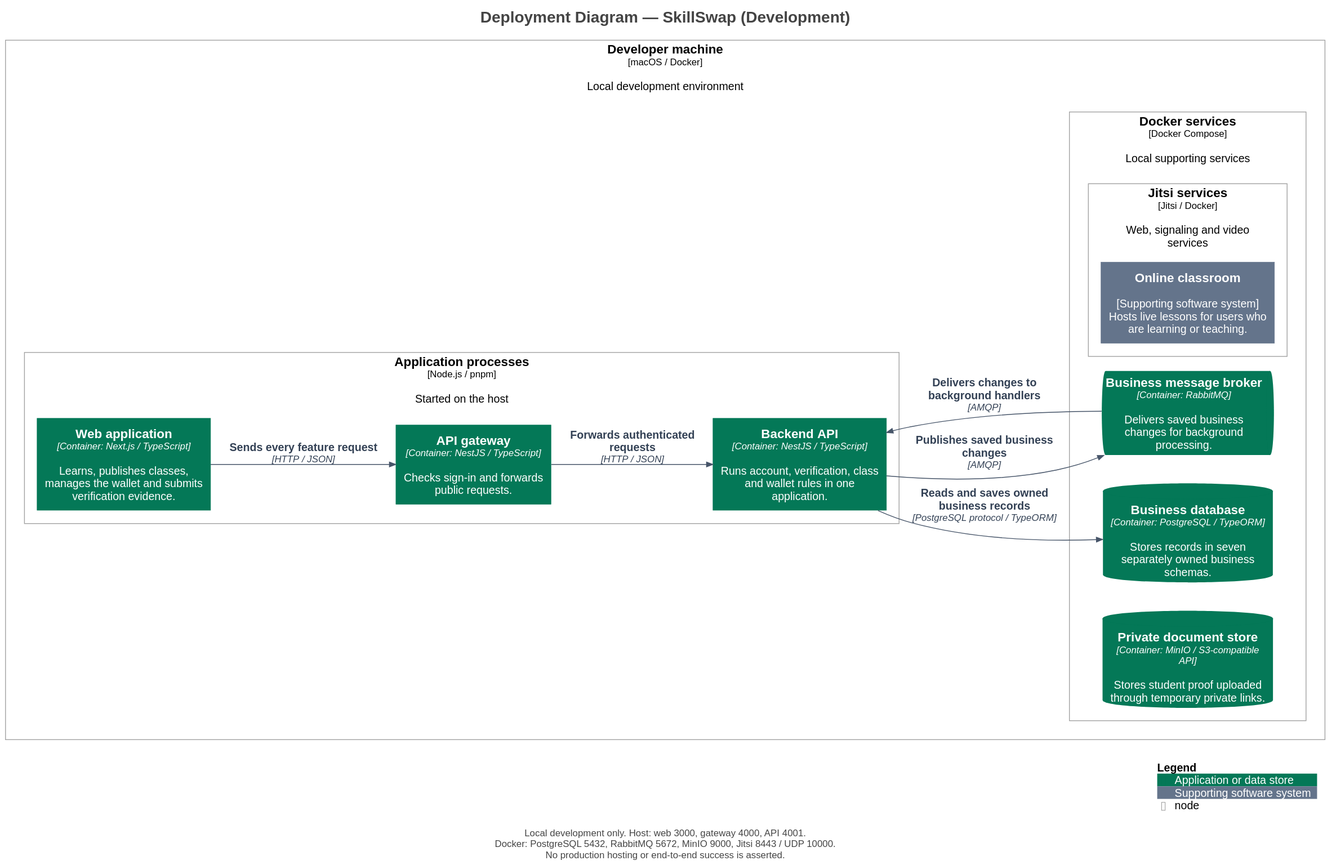
This is docs/diagrams/c4/generated/structurizr-Deployment.svg from trankien022/SkillSwap, a PlantUML export, as it was before one commit.
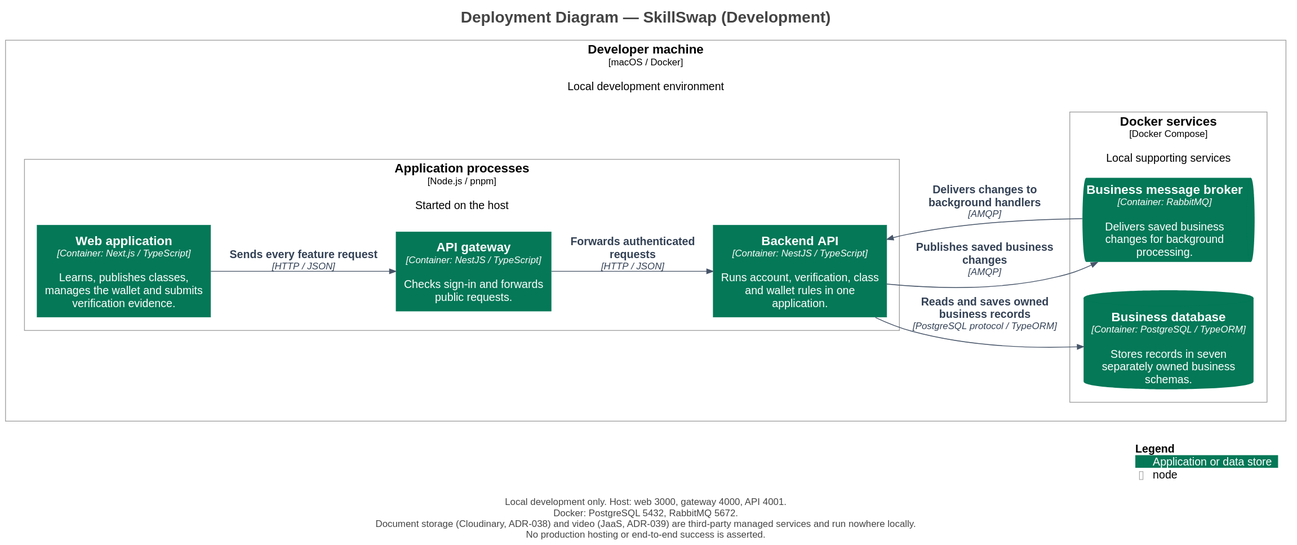
After the commit.

Diff of the diagram source:
```diff
@@ -39,11 +39,6 @@
   Deployment_Node(Development.Developermachine.Dockerservices, "Docker services", $type="Docker Compose", $descr="Local supporting services", $tags="", $link="") {
     ContainerDb(Development.Developermachine.Dockerservices.Businessdatabase_1, "Business database", $techn="Container: PostgreSQL / TypeORM", $descr="Stores records in seven separately owned business schemas.", $tags="", $link="")
     ContainerQueue(Development.Developermachine.Dockerservices.Businessmessagebroker_1, "Business message broker", $techn="Container: RabbitMQ", $descr="Delivers saved business changes for background processing.", $tags="", $link="")
-    ContainerDb(Development.Developermachine.Dockerservices.Privatedocumentstore_1, "Private document store", $techn="Container: MinIO / S3-compatible API", $descr="Stores student proof uploaded through temporary private links.", $tags="", $link="")
-    Deployment_Node(Development.Developermachine.Dockerservices.Jitsiservices, "Jitsi services", $type="Jitsi / Docker", $descr="Web, signaling and video services", $tags="", $link="") {
-      System_Ext(Development.Developermachine.Dockerservices.Jitsiservices.Onlineclassroom_1, "Online classroom", $descr="[Supporting software system]\nHosts live lessons for users who are learning or teaching.", $tags="", $link="")
-    }
-
   }
 
 }
@@ -55,5 +50,5 @@
 Rel(Development.Developermachine.Applicationprocesses.BackendAPI_1, Development.Developermachine.Dockerservices.Businessmessagebroker_1, "Publishes saved business changes", $techn="AMQP", $tags="", $link="")
 
 SHOW_LEGEND()
-footer Local development only. Host: web 3000, gateway 4000, API 4001.\nDocker: PostgreSQL 5432, RabbitMQ 5672, MinIO 9000, Jitsi 8443 / UDP 10000.\nNo production hosting or end-to-end success is asserted.
+footer Local development only. Host: web 3000, gateway 4000, API 4001.\nDocker: PostgreSQL 5432, RabbitMQ 5672.\nDocument storage (Cloudinary, ADR-038) and video (JaaS, ADR-039) are third-party managed services and run nowhere locally.\nNo production hosting or end-to-end success is asserted.
 @enduml
```
